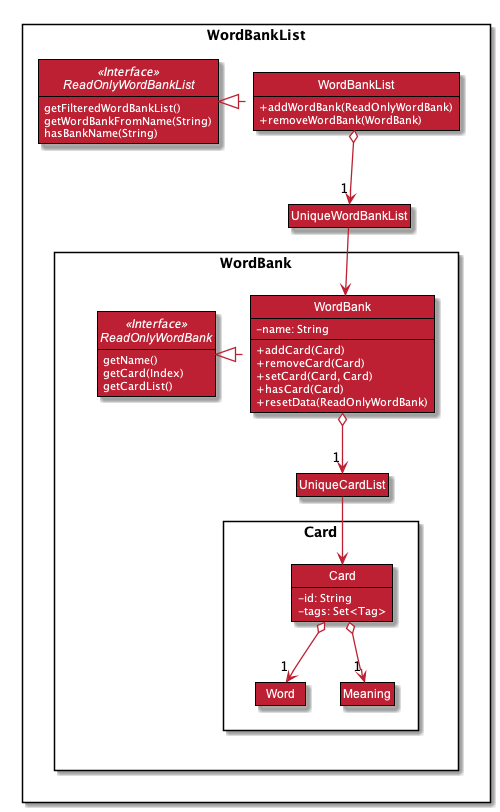
Above: docs/images/OverviewOfWordBankList.png in nus-cs2103-AY1920S1/addressbook-level3 (PlantUML), before the change.
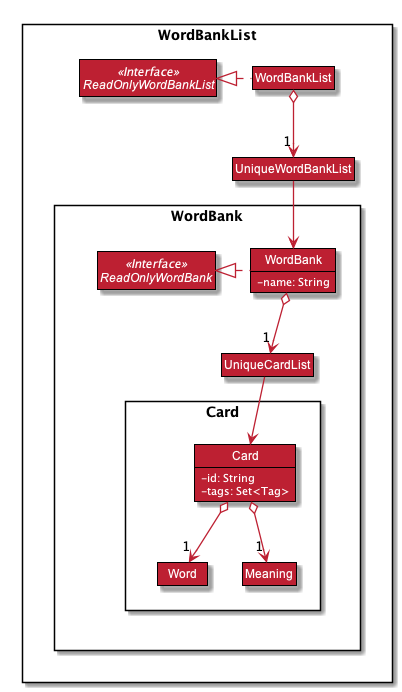
The same file after the commit.

Diff of the diagram source:
```diff
@@ -1,4 +1,5 @@
 @startuml
+
 
 
 
@@ -63,14 +64,9 @@
 
 Package WordBankList <<Rectangle>>{
 Interface ReadOnlyWordBankList <<Interface>> {
-getFilteredWordBankList()
-getWordBankFromName(String)
-hasBankName(String)
 }
 
 class WordBankList {
-   +addWordBank(ReadOnlyWordBank)
-   +removeWordBank(WordBank)
 }
 Class UniqueWordBankList
 
@@ -83,18 +79,10 @@
 
 Package WordBank <<Rectangle>>{
 Interface ReadOnlyWordBank <<Interface>> {
-getName()
-getCard(Index)
-getCardList()
 }
 
 class WordBank {
    -name: String
-   +addCard(Card)
-   +removeCard(Card)
-   +setCard(Card, Card)
-   +hasCard(Card)
-   +resetData(ReadOnlyWordBank)
 }
 Class UniqueCardList
 Class Card
```
